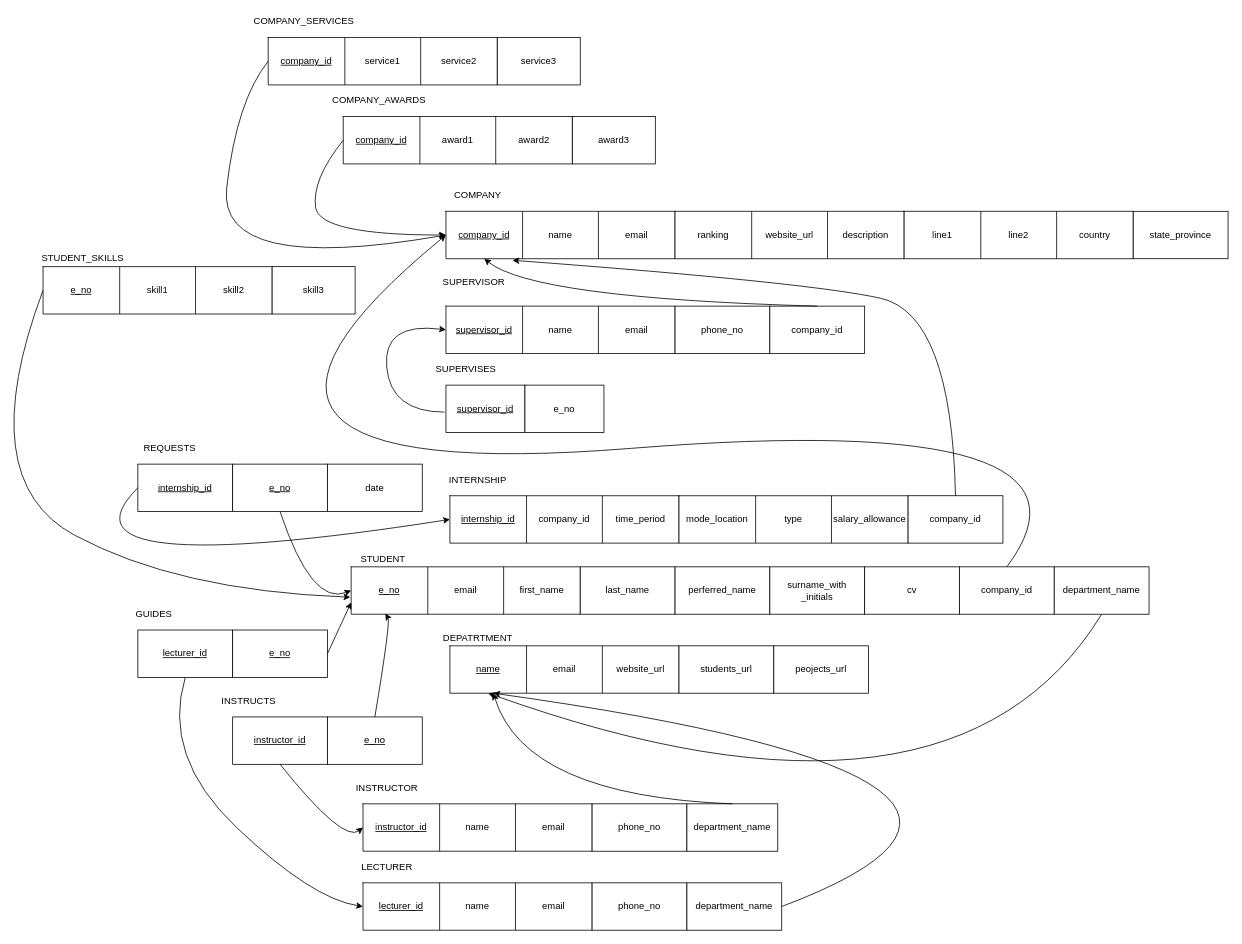
Above: ER Diagram/Relational_schema_diagram.drawio in ishanfdo18098/CO226-Database-Project (draw.io), before the change. Source tidied: cells renumbered, new cells numbered last; positions are measured from the earlier drawing's top-left corner, leaving out a move shared by most shapes. Both pictures are drawn from the tidied source at 79%, with x=0, y=0 at pixel (-28, 13).
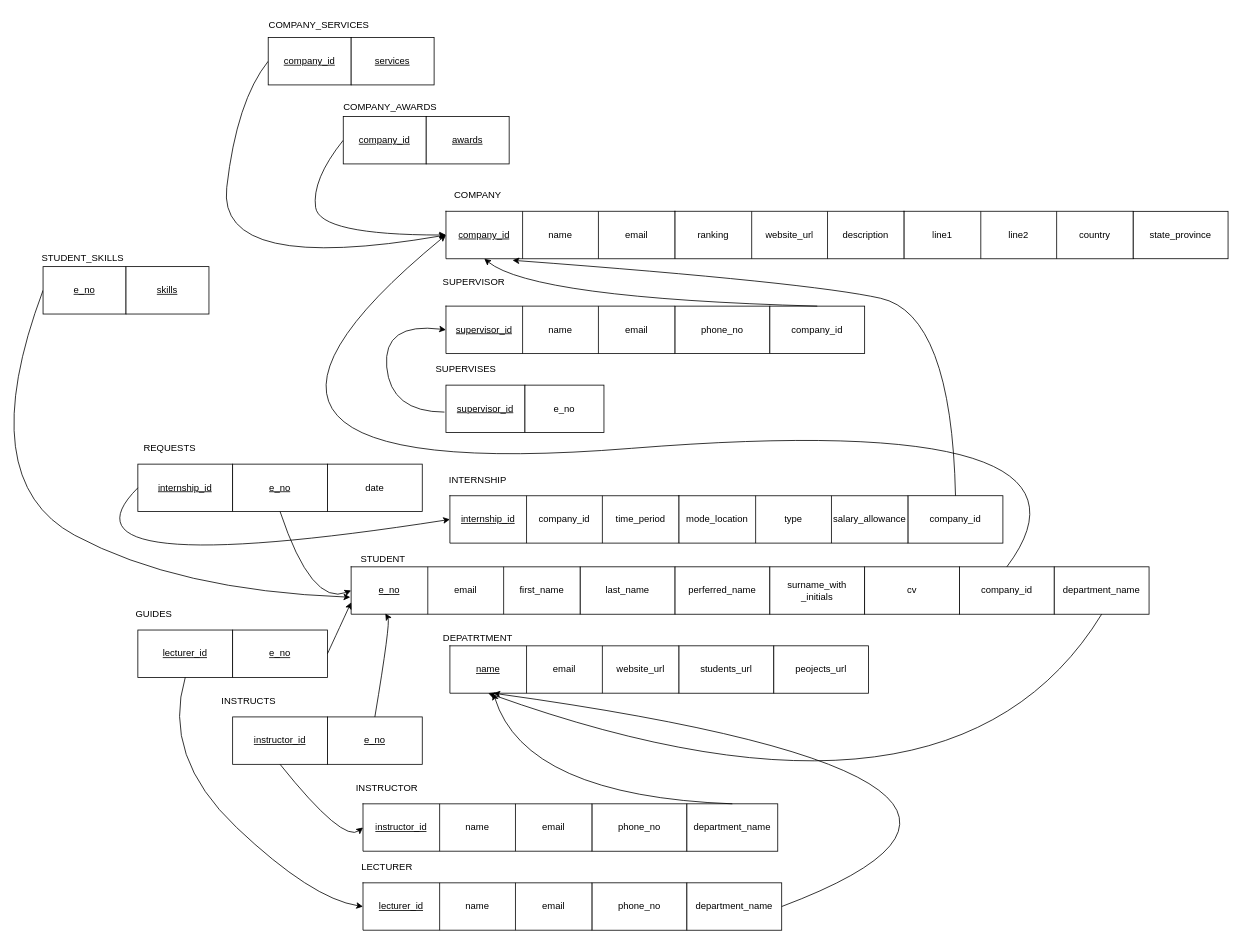
After the change.

Commit message:
made some changes to the Relational_schema_diagram

The change refers to these unchanged cells:
```xml
<mxCell id="2" style="shape=table;html=1;whiteSpace=wrap;startSize=0;childLayout=tableLayout;" parent="1" vertex="1">
  <mxGeometry x="600" y="250" width="290" height="60" as="geometry" />
</mxCell>
<mxCell id="41" value="&lt;u&gt;e_no&lt;/u&gt;" style="shape=partialRectangle;html=1;whiteSpace=wrap;fillColor=none;top=0;left=0;bottom=0;right=0;overflow=hidden;" parent="40" vertex="1">
  <mxGeometry width="97" height="60" as="geometry" />
</mxCell>
```

Change to the diagram source:
```diff
@@
     <mxCell id="101" value="COMPANY_AWARDS" style="text;html=1;align=center;verticalAlign=middle;strokeColor=none;fillColor=none;" parent="1" vertex="1">
-      <mxGeometry x="450" y="100" width="130" height="20" as="geometry" />
+      <mxGeometry x="464" y="108" width="130" height="20" as="geometry" />
     </mxCell>
-    <mxCell id="102" style="shape=table;html=1;whiteSpace=wrap;startSize=0;childLayout=tableLayout;" parent="1" vertex="1">
-      <mxGeometry x="470" y="130" width="290" height="60" as="geometry" />
-    </mxCell>
-    <mxCell id="103" style="shape=tableRow;horizontal=0;startSize=0;swimlaneHead=0;swimlaneBody=0;top=0;left=0;bottom=0;right=0;fillColor=none;" parent="102" vertex="1">
-      <mxGeometry width="290" height="60" as="geometry" />
-    </mxCell>
-    <mxCell id="104" value="&lt;u&gt;company_id&lt;/u&gt;" style="shape=partialRectangle;html=1;whiteSpace=wrap;fillColor=none;top=0;left=0;bottom=0;right=0;overflow=hidden;" parent="103" vertex="1">
-      <mxGeometry width="97" height="60" as="geometry" />
-    </mxCell>
-    <mxCell id="105" value="award1" style="shape=partialRectangle;html=1;whiteSpace=wrap;fillColor=none;top=0;left=0;bottom=0;right=0;overflow=hidden;" parent="103" vertex="1">
-      <mxGeometry x="97" width="96" height="60" as="geometry" />
-    </mxCell>
-    <mxCell id="106" value="award2" style="shape=partialRectangle;html=1;whiteSpace=wrap;fillColor=none;top=0;left=0;bottom=0;right=0;overflow=hidden;" parent="103" vertex="1">
-      <mxGeometry x="193" width="97" height="60" as="geometry" />
-    </mxCell>
-    <mxCell id="107" value="award3" style="rounded=0;whiteSpace=wrap;html=1;" parent="1" vertex="1">
-      <mxGeometry x="760" y="130" width="105" height="60" as="geometry" />
-    </mxCell>
-    <mxCell id="108" style="curved=1;endArrow=classic;html=1;rounded=0;exitX=0;exitY=0.5;exitDx=0;exitDy=0;entryX=0;entryY=0.5;entryDx=0;entryDy=0;" parent="1" edge="1" source="104" target="2">
+    <mxCell id="108" style="curved=1;endArrow=classic;html=1;rounded=0;exitX=0;exitY=0.5;exitDx=0;exitDy=0;entryX=0;entryY=0.5;entryDx=0;entryDy=0;" parent="1" edge="1" target="2">
       <mxGeometry relative="1" as="geometry">
+        <mxPoint x="470" y="160" as="sourcePoint" />
         <Array as="points">
           <mxPoint x="430" y="210" />
           <mxPoint x="440" y="280" />
         </Array>
       </mxGeometry>
     </mxCell>
     <mxCell id="109" value="COMPANY_SERVICES" style="text;html=1;align=center;verticalAlign=middle;strokeColor=none;fillColor=none;" parent="1" vertex="1">
-      <mxGeometry x="350" width="140" height="20" as="geometry" />
+      <mxGeometry x="369" y="4" width="140" height="20" as="geometry" />
     </mxCell>
-    <mxCell id="110" style="shape=table;html=1;whiteSpace=wrap;startSize=0;childLayout=tableLayout;" parent="1" vertex="1">
-      <mxGeometry x="375" y="30" width="290" height="60" as="geometry" />
-    </mxCell>
-    <mxCell id="111" style="shape=tableRow;horizontal=0;startSize=0;swimlaneHead=0;swimlaneBody=0;top=0;left=0;bottom=0;right=0;fillColor=none;" parent="110" vertex="1">
-      <mxGeometry width="290" height="60" as="geometry" />
-    </mxCell>
-    <mxCell id="112" value="&lt;u&gt;company_id&lt;/u&gt;" style="shape=partialRectangle;html=1;whiteSpace=wrap;fillColor=none;top=0;left=0;bottom=0;right=0;overflow=hidden;" parent="111" vertex="1">
-      <mxGeometry width="97" height="60" as="geometry" />
-    </mxCell>
-    <mxCell id="113" value="service1" style="shape=partialRectangle;html=1;whiteSpace=wrap;fillColor=none;top=0;left=0;bottom=0;right=0;overflow=hidden;" parent="111" vertex="1">
-      <mxGeometry x="97" width="96" height="60" as="geometry" />
-    </mxCell>
-    <mxCell id="114" value="service2" style="shape=partialRectangle;html=1;whiteSpace=wrap;fillColor=none;top=0;left=0;bottom=0;right=0;overflow=hidden;" parent="111" vertex="1">
-      <mxGeometry x="193" width="97" height="60" as="geometry" />
-    </mxCell>
-    <mxCell id="115" value="service3" style="rounded=0;whiteSpace=wrap;html=1;" parent="1" vertex="1">
-      <mxGeometry x="665" y="30" width="105" height="60" as="geometry" />
-    </mxCell>
@@
-    <mxCell id="118" style="shape=table;html=1;whiteSpace=wrap;startSize=0;childLayout=tableLayout;" parent="1" vertex="1">
-      <mxGeometry x="90" y="320" width="290" height="60" as="geometry" />
-    </mxCell>
-    <mxCell id="119" style="shape=tableRow;horizontal=0;startSize=0;swimlaneHead=0;swimlaneBody=0;top=0;left=0;bottom=0;right=0;fillColor=none;" parent="118" vertex="1">
-      <mxGeometry width="290" height="60" as="geometry" />
-    </mxCell>
+    <mxCell id="124" style="curved=1;endArrow=classic;html=1;rounded=0;exitX=0;exitY=0.5;exitDx=0;exitDy=0;entryX=-0.011;entryY=0.641;entryDx=0;entryDy=0;entryPerimeter=0;" parent="1" edge="1" target="41">
+      <mxGeometry relative="1" as="geometry">
+        <mxPoint x="90" y="350" as="sourcePoint" />
+        <Array as="points">
+          <mxPoint y="590" />
+          <mxPoint x="260" y="730" />
+        </Array>
+      </mxGeometry>
+    </mxCell>
+    <mxCell id="125" style="group;" parent="1" vertex="1">
+      <mxGeometry x="375" y="30" width="210" height="60" as="geometry" />
+    </mxCell>
+    <mxCell id="115" value="&lt;u&gt;company_id&lt;/u&gt;" style="rounded=0;whiteSpace=wrap;html=1;" parent="125" vertex="1">
+      <mxGeometry width="105" height="60" as="geometry" />
+    </mxCell>
+    <mxCell id="126" value="&lt;u&gt;services&lt;/u&gt;" style="rounded=0;whiteSpace=wrap;html=1;" parent="125" vertex="1">
+      <mxGeometry x="105" width="105" height="60" as="geometry" />
+    </mxCell>
+    <mxCell id="127" style="group;" parent="1" vertex="1">
+      <mxGeometry x="470" y="130" width="210" height="60" as="geometry" />
+    </mxCell>
+    <mxCell id="128" value="&lt;u&gt;company_id&lt;/u&gt;" style="rounded=0;whiteSpace=wrap;html=1;" parent="127" vertex="1">
+      <mxGeometry width="105" height="60" as="geometry" />
+    </mxCell>
+    <mxCell id="129" value="&lt;u&gt;awards&lt;/u&gt;" style="rounded=0;whiteSpace=wrap;html=1;" parent="127" vertex="1">
+      <mxGeometry x="105" width="105" height="60" as="geometry" />
+    </mxCell>
+    <mxCell id="130" style="group;" parent="1" vertex="1">
+      <mxGeometry x="90" y="320" width="210" height="60" as="geometry" />
+    </mxCell>
-    <mxCell id="120" value="&lt;u&gt;e_no&lt;/u&gt;" style="shape=partialRectangle;html=1;whiteSpace=wrap;fillColor=none;top=0;left=0;bottom=0;right=0;overflow=hidden;" parent="119" vertex="1">
-      <mxGeometry width="97" height="60" as="geometry" />
+    <mxCell id="120" value="&lt;u&gt;e_no&lt;/u&gt;" style="rounded=0;whiteSpace=wrap;html=1;" parent="130" vertex="1">
+      <mxGeometry width="105" height="60" as="geometry" />
     </mxCell>
-    <mxCell id="121" value="skill1" style="shape=partialRectangle;html=1;whiteSpace=wrap;fillColor=none;top=0;left=0;bottom=0;right=0;overflow=hidden;" parent="119" vertex="1">
-      <mxGeometry x="97" width="96" height="60" as="geometry" />
-    </mxCell>
-    <mxCell id="122" value="skill2" style="shape=partialRectangle;html=1;whiteSpace=wrap;fillColor=none;top=0;left=0;bottom=0;right=0;overflow=hidden;" parent="119" vertex="1">
-      <mxGeometry x="193" width="97" height="60" as="geometry" />
-    </mxCell>
-    <mxCell id="123" value="skill3" style="rounded=0;whiteSpace=wrap;html=1;" parent="1" vertex="1">
-      <mxGeometry x="380" y="320" width="105" height="60" as="geometry" />
-    </mxCell>
-    <mxCell id="124" style="curved=1;endArrow=classic;html=1;rounded=0;exitX=0;exitY=0.5;exitDx=0;exitDy=0;entryX=-0.011;entryY=0.641;entryDx=0;entryDy=0;entryPerimeter=0;" parent="1" edge="1" source="120" target="41">
-      <mxGeometry relative="1" as="geometry">
-        <Array as="points">
-          <mxPoint y="590" />
-          <mxPoint x="260" y="730" />
-        </Array>
-      </mxGeometry>
-    </mxCell>
+    <mxCell id="131" value="&lt;u&gt;skills&lt;/u&gt;" style="rounded=0;whiteSpace=wrap;html=1;" parent="130" vertex="1">
+      <mxGeometry x="105" width="105" height="60" as="geometry" />
+    </mxCell>
```
